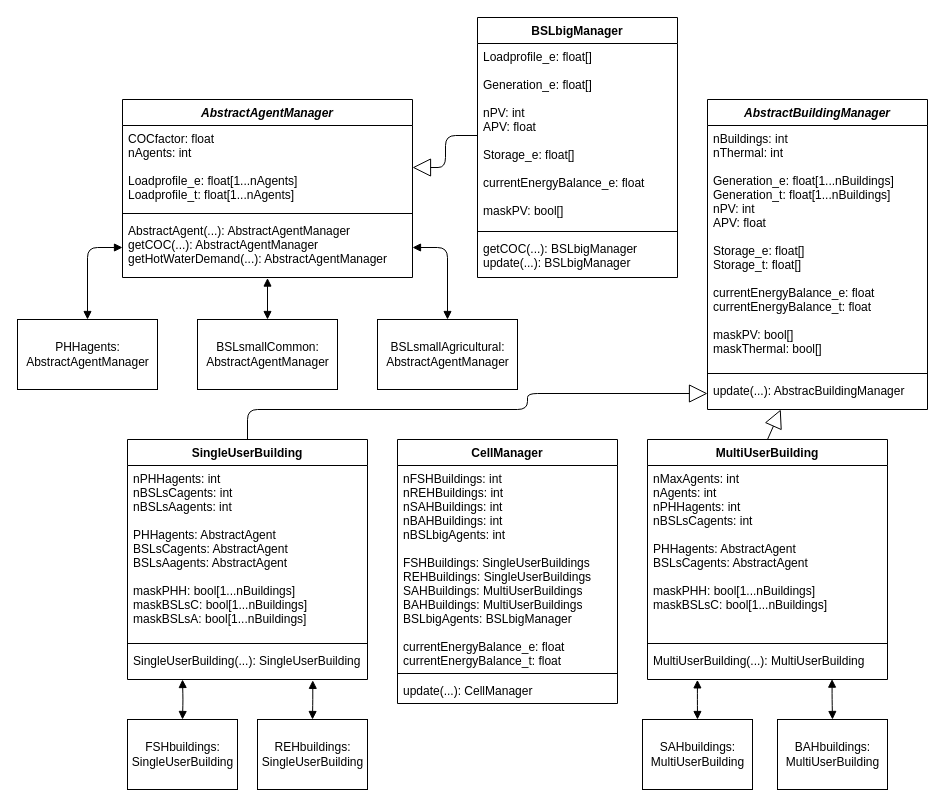
HSZittauGoerlitz/EnSySim keeps this draw.io diagram as page "WithBuildings" (2 of 2) of ModelStructure.drawio. Above is the earlier version. Source tidied: cells renumbered, new cells numbered last; positions are measured from the earlier drawing's top-left corner, leaving out a move shared by most shapes. Both pictures are drawn from the tidied source at 100%, with x=0, y=0 at pixel (17, 17).
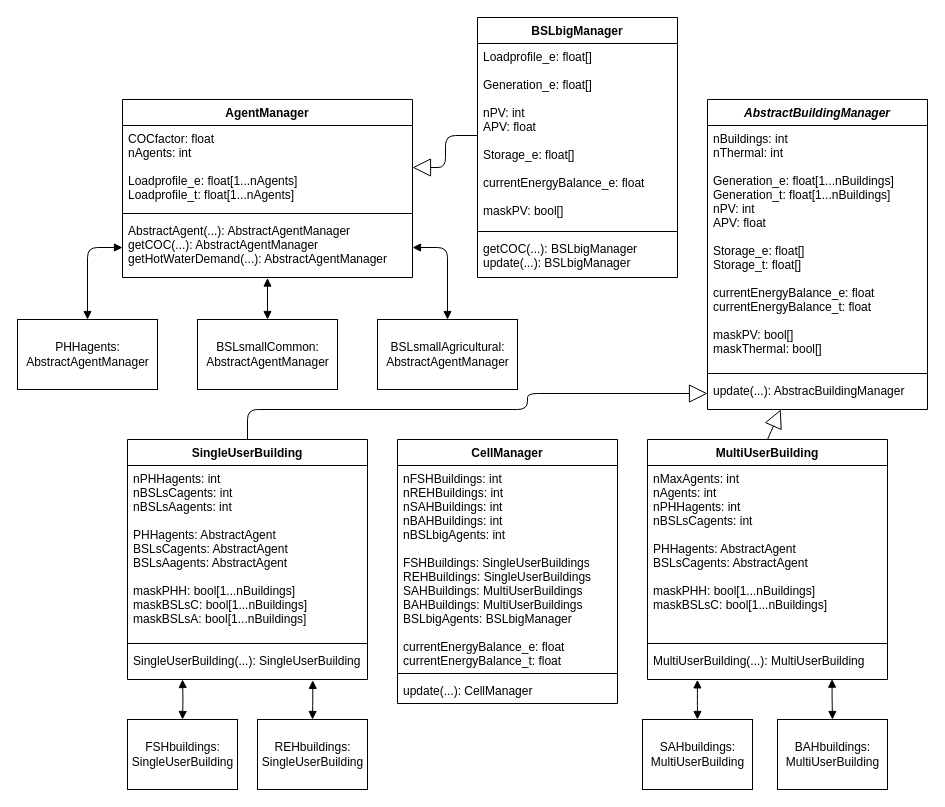
Above is the later version.

What changed in the source:
```diff
@@
-    <mxCell id="39" value="AbstractAgentManager" style="swimlane;fontStyle=3;align=center;verticalAlign=top;horizontal=1;startSize=26;" parent="1" vertex="1">
+    <mxCell id="39" value="AgentManager" style="swimlane;fontStyle=1;align=center;verticalAlign=top;horizontal=1;startSize=26;" parent="1" vertex="1">
       <mxGeometry x="105" y="82" width="290" height="178" as="geometry" />
     </mxCell>
```
